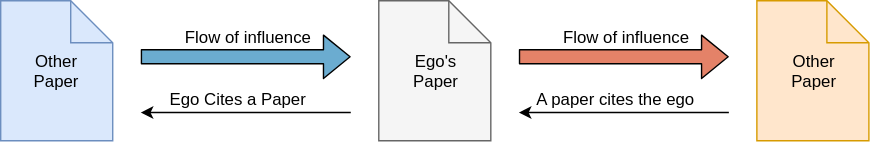
Above: assets/img/influence_flow.svg in csmetrics/influencemap (draw.io), before the change. Source tidied: cells renumbered, new cells last; positions are measured from the earlier drawing's top-left corner, leaving out a move shared by most shapes.
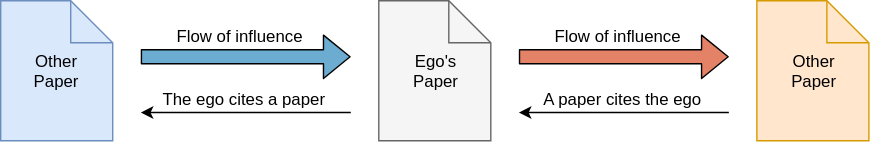
Above is the later version.

Commit message:
Update diagram text

Diff of the diagram source:
```diff
@@ -2,9 +2,6 @@
   <root>
     <mxCell id="0" />
     <mxCell id="1" parent="0" />
-    <mxCell id="2" value="&lt;div&gt;Other&lt;/div&gt;&lt;div&gt;Paper&lt;br&gt;&lt;/div&gt;" style="shape=note;whiteSpace=wrap;html=1;backgroundOutline=1;fillColor=#dae8fc;strokeColor=#6c8ebf;" parent="1" vertex="1">
-      <mxGeometry width="80" height="100" as="geometry" />
-    </mxCell>
     <mxCell id="3" style="edgeStyle=orthogonalEdgeStyle;shape=flexArrow;rounded=1;html=1;jettySize=auto;orthogonalLoop=1;fillColor=#6BACD0;startArrow=block;startFill=0;endArrow=none;endFill=0;" parent="1" edge="1">
       <mxGeometry relative="1" as="geometry">
         <mxPoint x="250" y="40" as="sourcePoint" />
@@ -13,7 +10,7 @@
     </mxCell>
     <mxCell id="4" value="&lt;div&gt;Flow of influence&lt;/div&gt;" style="text;html=1;align=center;verticalAlign=middle;labelBackgroundColor=#ffffff;" parent="3" vertex="1">
       <mxGeometry x="-0.2" y="2" relative="1" as="geometry">
-        <mxPoint x="-12.5" y="-16" as="offset" />
+        <mxPoint x="-18.5" y="-17" as="offset" />
       </mxGeometry>
     </mxCell>
     <mxCell id="5" style="edgeStyle=orthogonalEdgeStyle;rounded=1;html=1;jettySize=auto;orthogonalLoop=1;startArrow=classic;startFill=1;endArrow=none;endFill=0;" parent="1" edge="1">
@@ -22,9 +19,9 @@
         <mxPoint x="250" y="79.8" as="targetPoint" />
       </mxGeometry>
     </mxCell>
-    <mxCell id="6" value="Ego Cites a Paper" style="text;html=1;align=center;verticalAlign=middle;labelBackgroundColor=#ffffff;" parent="5" vertex="1">
+    <mxCell id="6" value="The ego cites a paper" style="text;html=1;align=center;verticalAlign=middle;labelBackgroundColor=#ffffff;" parent="5" vertex="1">
       <mxGeometry x="-0.19" y="-2" relative="1" as="geometry">
-        <mxPoint x="9" y="-12" as="offset" />
+        <mxPoint x="14" y="-12" as="offset" />
       </mxGeometry>
     </mxCell>
     <mxCell id="7" value="&lt;div&gt;Ego's&lt;/div&gt;&lt;div&gt;Paper&lt;br&gt;&lt;/div&gt;" style="shape=note;whiteSpace=wrap;html=1;backgroundOutline=1;fillColor=#f5f5f5;strokeColor=#666666;" parent="1" vertex="1">
@@ -38,7 +35,7 @@
     </mxCell>
     <mxCell id="9" value="&lt;div&gt;Flow of influence&lt;/div&gt;" style="text;html=1;align=center;verticalAlign=middle;labelBackgroundColor=#ffffff;" parent="8" vertex="1">
       <mxGeometry x="-0.2" y="2" relative="1" as="geometry">
-        <mxPoint x="-12.5" y="-16" as="offset" />
+        <mxPoint x="-18.5" y="-17" as="offset" />
       </mxGeometry>
     </mxCell>
     <mxCell id="10" style="edgeStyle=orthogonalEdgeStyle;rounded=1;html=1;jettySize=auto;orthogonalLoop=1;startArrow=classic;startFill=1;endArrow=none;endFill=0;" parent="1" edge="1">
@@ -49,11 +46,14 @@
     </mxCell>
     <mxCell id="11" value="&lt;div&gt;A paper cites the ego&lt;/div&gt;" style="text;html=1;align=center;verticalAlign=middle;labelBackgroundColor=#ffffff;" parent="10" vertex="1">
       <mxGeometry x="-0.19" y="-2" relative="1" as="geometry">
-        <mxPoint x="9" y="-12" as="offset" />
+        <mxPoint x="14" y="-12" as="offset" />
       </mxGeometry>
     </mxCell>
     <mxCell id="12" value="&lt;div&gt;Other&lt;/div&gt;&lt;div&gt;Paper&lt;br&gt;&lt;/div&gt;" style="shape=note;whiteSpace=wrap;html=1;backgroundOutline=1;fillColor=#ffe6cc;strokeColor=#d79b00;" parent="1" vertex="1">
       <mxGeometry x="540" width="80" height="100" as="geometry" />
     </mxCell>
+    <mxCell id="2" value="&lt;div&gt;Other&lt;/div&gt;&lt;div&gt;Paper&lt;br&gt;&lt;/div&gt;" style="shape=note;whiteSpace=wrap;html=1;backgroundOutline=1;fillColor=#dae8fc;strokeColor=#6c8ebf;" parent="1" vertex="1">
+      <mxGeometry width="80" height="100" as="geometry" />
+    </mxCell>
   </root>
 </mxGraphModel>
```
